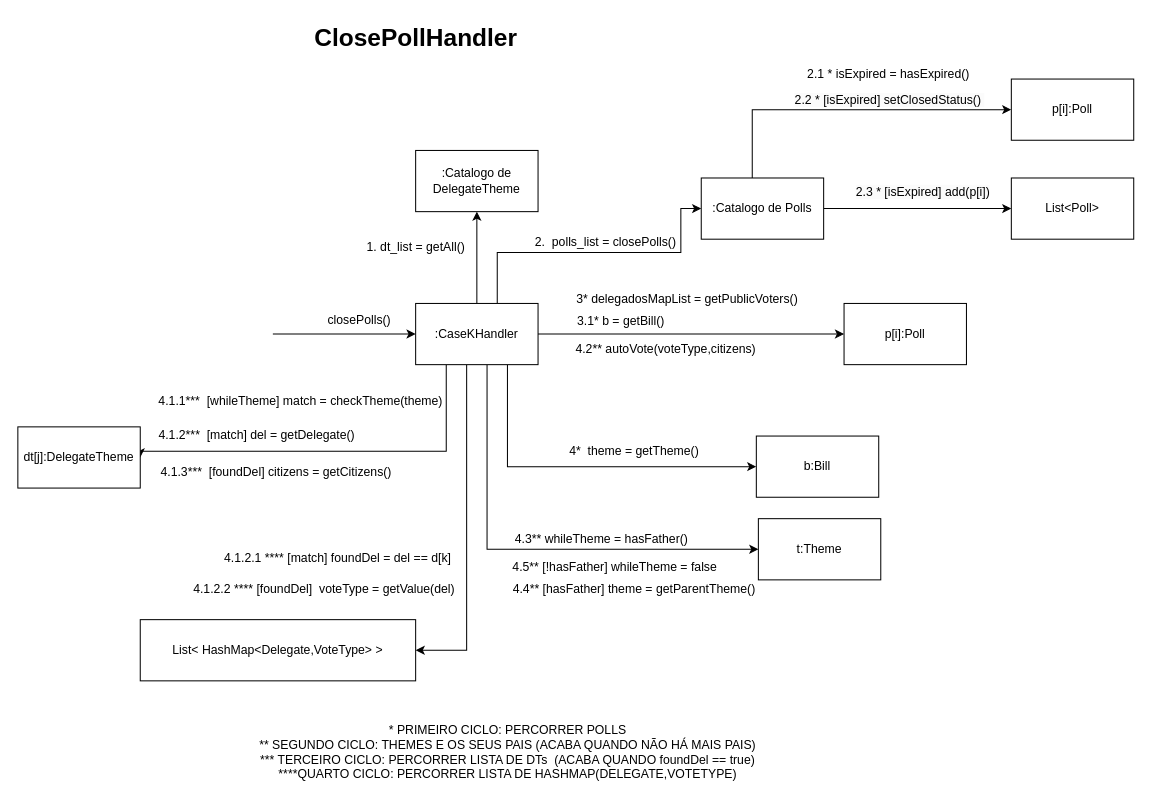
Earlier version of the draw.io diagram page "Page-8" (8 of 8) of docs/IDs.drawio (thiagottvd/democracia2). Source tidied: cells renumbered, new cells numbered last; positions are measured from the earlier drawing's top-left corner, leaving out a move shared by most shapes. Both pictures are drawn from the tidied source at 102%, with x=0, y=0 at pixel (17, 17).
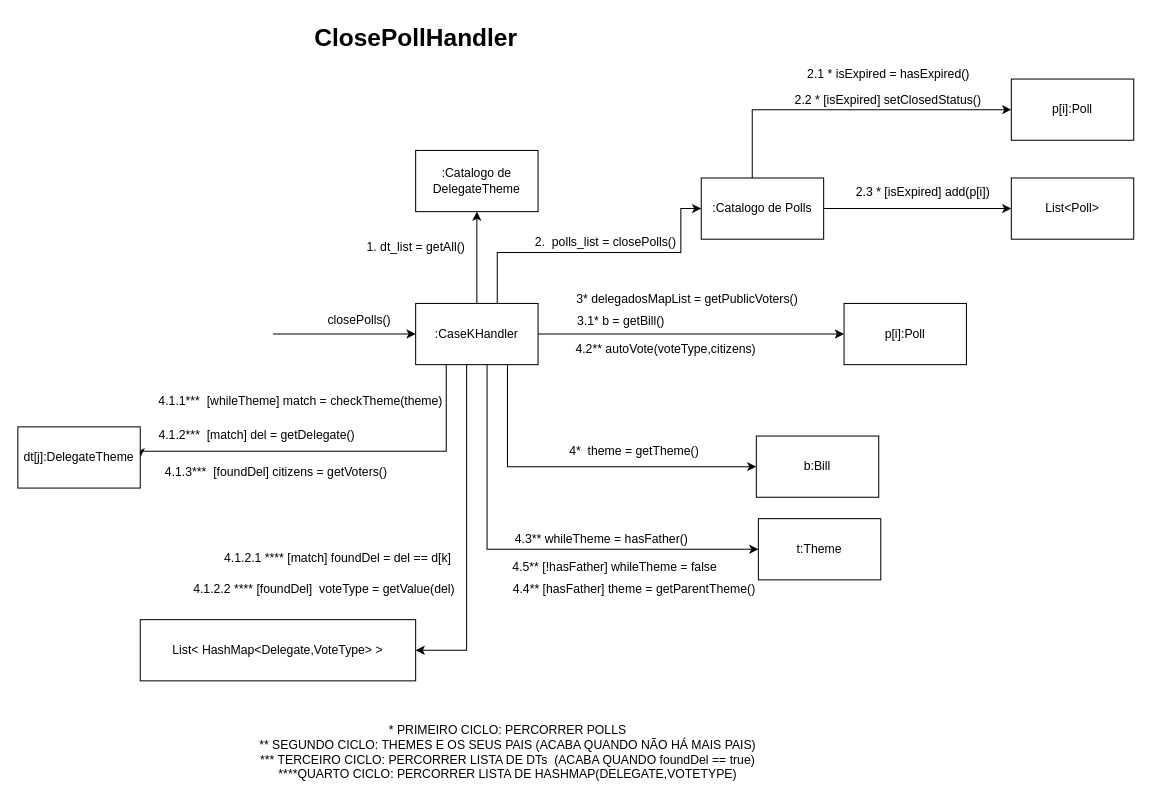
The same diagram, later.

The edit, as a diff of the source:
```diff
@@
-    <mxCell id="30" value="4.1.3***&amp;nbsp; [foundDel] citizens = getCitizens()" style="text;html=1;align=center;verticalAlign=middle;strokeColor=none;fillColor=none;" parent="1" vertex="1">
-      <mxGeometry x="128" y="431" width="250" height="30" as="geometry" />
+    <mxCell id="30" value="4.1.3***&amp;nbsp; [foundDel] citizens = getVoters()" style="text;html=1;align=center;verticalAlign=middle;strokeColor=none;fillColor=none;" parent="1" vertex="1">
+      <mxGeometry x="133" y="431" width="240" height="30" as="geometry" />
     </mxCell>
```
